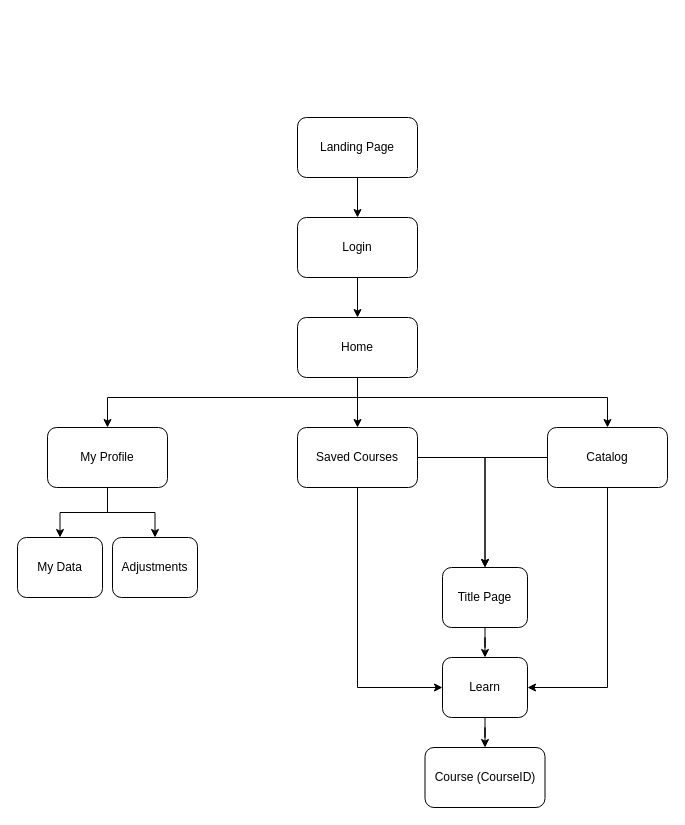
This is NebriAcademy_Routing.drawio from ChaoAlarcon/NebriAcademy, a draw.io file, before an edit. Source tidied: cells renumbered, new cells numbered last; positions are measured from the earlier drawing's top-left corner, leaving out a move shared by most shapes. Both pictures are drawn from the tidied source at 100%, with x=0, y=0 at pixel (17, 117).
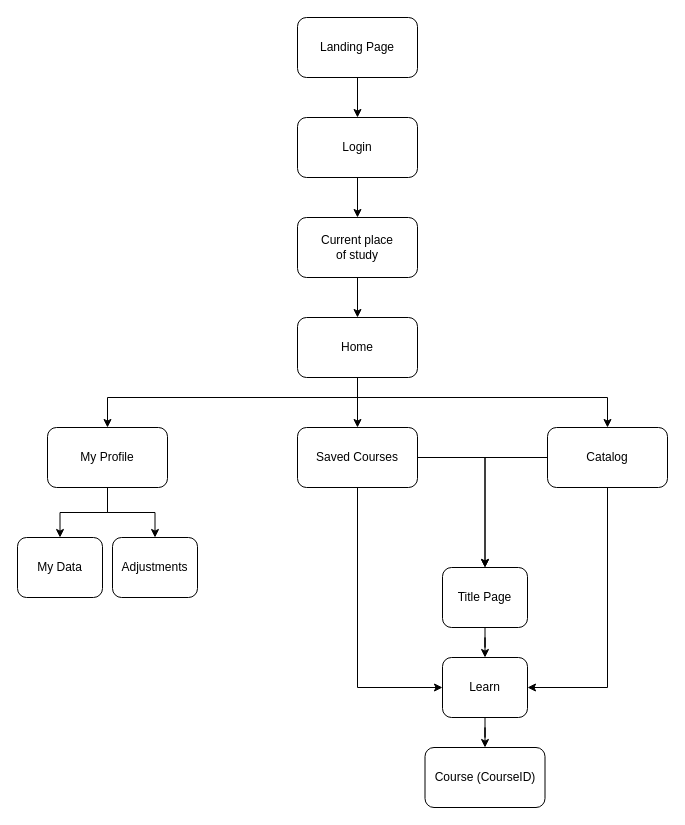
Above is the later version.

Unchanged cells that the change refers to:
```xml
<mxCell id="9" value="Home" style="rounded=1;whiteSpace=wrap;html=1;" parent="1" vertex="1">
  <mxGeometry x="280" y="200" width="120" height="60" as="geometry" />
</mxCell>
```

Diff of the diagram source:
```diff
@@
     <mxCell id="3" value="Landing Page" style="rounded=1;whiteSpace=wrap;html=1;" parent="1" vertex="1">
-      <mxGeometry x="280" width="120" height="60" as="geometry" />
+      <mxGeometry x="280" y="-100" width="120" height="60" as="geometry" />
     </mxCell>
-    <mxCell id="4" style="edgeStyle=orthogonalEdgeStyle;rounded=0;jettySize=auto;html=1;" parent="1" edge="1" source="5" target="9">
-      <mxGeometry relative="1" as="geometry" />
-    </mxCell>
+    <mxCell id="26" style="edgeStyle=orthogonalEdgeStyle;rounded=0;jettySize=auto;html=1;" parent="1" edge="1" source="5" target="28">
+      <mxGeometry relative="1" as="geometry" />
+    </mxCell>
     <mxCell id="5" value="Login" style="rounded=1;whiteSpace=wrap;html=1;" parent="1" vertex="1">
-      <mxGeometry x="280" y="100" width="120" height="60" as="geometry" />
+      <mxGeometry x="280" width="120" height="60" as="geometry" />
     </mxCell>
@@
+    <mxCell id="27" style="edgeStyle=orthogonalEdgeStyle;rounded=0;jettySize=auto;html=1;entryX=0.5;entryY=0;entryDx=0;entryDy=0;" parent="1" edge="1" source="28" target="9">
+      <mxGeometry relative="1" as="geometry" />
+    </mxCell>
+    <mxCell id="28" value="Current place&lt;div&gt;of study&lt;/div&gt;" style="rounded=1;whiteSpace=wrap;html=1;" parent="1" vertex="1">
+      <mxGeometry x="280" y="100" width="120" height="60" as="geometry" />
+    </mxCell>
```
